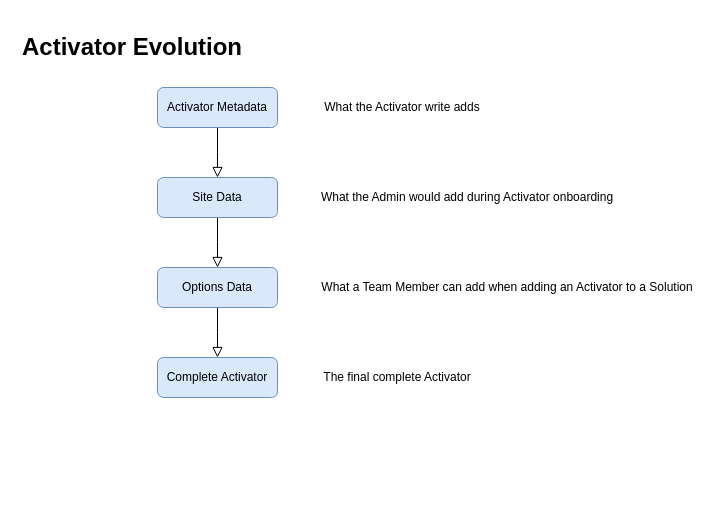
Before: docs/activator evolution.drawio in tranquilitybase-io/tb-db, a draw.io diagram. Source tidied: cells renumbered, new cells numbered last; positions are measured from the earlier drawing's top-left corner, leaving out a move shared by most shapes. Both pictures are drawn from the tidied source at 100%, with x=0, y=0 at pixel (17, 27).
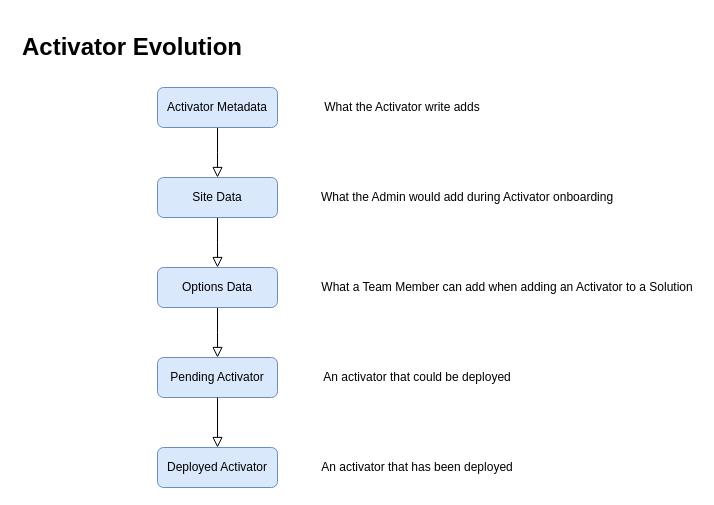
Above is the later version.

The edit, as a diff of the source:
```diff
@@
 <mxGraphModel>
   <root>
     <mxCell id="0" />
     <mxCell id="1" parent="0" />
     <mxCell id="2" style="rounded=0;html=1;jettySize=auto;fontSize=11;endArrow=block;endFill=0;endSize=8;strokeWidth=1;shadow=0;labelBackgroundColor=none;edgeStyle=orthogonalEdgeStyle;" parent="1" edge="1" source="3">
       <mxGeometry relative="1" as="geometry">
         <mxPoint x="200" y="150" as="targetPoint" />
       </mxGeometry>
     </mxCell>
     <mxCell id="3" value="Activator Metadata" style="rounded=1;whiteSpace=wrap;html=1;fontSize=12;glass=0;strokeWidth=1;shadow=0;fillColor=#dae8fc;strokeColor=#6c8ebf;" parent="1" vertex="1">
       <mxGeometry x="140" y="60" width="120" height="40" as="geometry" />
     </mxCell>
     <mxCell id="4" style="rounded=0;html=1;jettySize=auto;fontSize=11;endArrow=block;endFill=0;endSize=8;strokeWidth=1;shadow=0;labelBackgroundColor=none;edgeStyle=orthogonalEdgeStyle;" parent="1" edge="1" source="5">
       <mxGeometry relative="1" as="geometry">
         <mxPoint x="200" y="240" as="targetPoint" />
       </mxGeometry>
     </mxCell>
     <mxCell id="5" value="Site Data" style="rounded=1;whiteSpace=wrap;html=1;fontSize=12;glass=0;strokeWidth=1;shadow=0;fillColor=#dae8fc;strokeColor=#6c8ebf;" parent="1" vertex="1">
       <mxGeometry x="140" y="150" width="120" height="40" as="geometry" />
     </mxCell>
     <mxCell id="6" style="rounded=0;html=1;jettySize=auto;fontSize=11;endArrow=block;endFill=0;endSize=8;strokeWidth=1;shadow=0;labelBackgroundColor=none;edgeStyle=orthogonalEdgeStyle;" parent="1" edge="1" source="7">
       <mxGeometry relative="1" as="geometry">
         <mxPoint x="200" y="330" as="targetPoint" />
       </mxGeometry>
     </mxCell>
     <mxCell id="7" value="Options Data" style="rounded=1;whiteSpace=wrap;html=1;fontSize=12;glass=0;strokeWidth=1;shadow=0;fillColor=#dae8fc;strokeColor=#6c8ebf;" parent="1" vertex="1">
       <mxGeometry x="140" y="240" width="120" height="40" as="geometry" />
     </mxCell>
-    <mxCell id="8" value="Complete Activator" style="rounded=1;whiteSpace=wrap;html=1;fontSize=12;glass=0;strokeWidth=1;shadow=0;fillColor=#dae8fc;strokeColor=#6c8ebf;" parent="1" vertex="1">
+    <mxCell id="8" value="Pending Activator" style="rounded=1;whiteSpace=wrap;html=1;fontSize=12;glass=0;strokeWidth=1;shadow=0;fillColor=#dae8fc;strokeColor=#6c8ebf;" parent="1" vertex="1">
       <mxGeometry x="140" y="330" width="120" height="40" as="geometry" />
     </mxCell>
     <mxCell id="9" value="&lt;h1&gt;Activator Evolution&lt;/h1&gt;" style="text;html=1;strokeColor=none;fillColor=none;spacing=5;spacingTop=-20;whiteSpace=wrap;overflow=hidden;rounded=0;" parent="1" vertex="1">
       <mxGeometry width="240" height="40" as="geometry" />
     </mxCell>
     <mxCell id="10" value="What the Activator write adds" style="text;html=1;strokeColor=none;fillColor=none;align=center;verticalAlign=middle;whiteSpace=wrap;rounded=0;" parent="1" vertex="1">
       <mxGeometry x="250" y="70" width="270" height="20" as="geometry" />
     </mxCell>
     <mxCell id="11" value="What the Admin would add during Activator onboarding" style="text;html=1;strokeColor=none;fillColor=none;align=center;verticalAlign=middle;whiteSpace=wrap;rounded=0;" parent="1" vertex="1">
       <mxGeometry x="260" y="160" width="380" height="20" as="geometry" />
     </mxCell>
     <mxCell id="12" value="What a Team Member can add when adding an Activator to a Solution" style="text;html=1;strokeColor=none;fillColor=none;align=center;verticalAlign=middle;whiteSpace=wrap;rounded=0;" parent="1" vertex="1">
       <mxGeometry x="300" y="250" width="380" height="20" as="geometry" />
     </mxCell>
-    <mxCell id="13" value="The final complete Activator" style="text;html=1;strokeColor=none;fillColor=none;align=center;verticalAlign=middle;whiteSpace=wrap;rounded=0;" parent="1" vertex="1">
-      <mxGeometry x="280" y="340" width="200" height="20" as="geometry" />
+    <mxCell id="13" value="An activator that could be deployed" style="text;html=1;strokeColor=none;fillColor=none;align=center;verticalAlign=middle;whiteSpace=wrap;rounded=0;" parent="1" vertex="1">
+      <mxGeometry x="240" y="340" width="320" height="20" as="geometry" />
     </mxCell>
+    <mxCell id="14" style="rounded=0;html=1;jettySize=auto;orthogonalLoop=1;fontSize=11;endArrow=block;endFill=0;endSize=8;strokeWidth=1;shadow=0;labelBackgroundColor=none;edgeStyle=orthogonalEdgeStyle;" parent="1" edge="1">
+      <mxGeometry relative="1" as="geometry">
+        <mxPoint x="200" y="370" as="sourcePoint" />
+        <mxPoint x="200" y="420" as="targetPoint" />
+      </mxGeometry>
+    </mxCell>
+    <mxCell id="15" value="Deployed Activator" style="rounded=1;whiteSpace=wrap;html=1;fontSize=12;glass=0;strokeWidth=1;shadow=0;fillColor=#dae8fc;strokeColor=#6c8ebf;" parent="1" vertex="1">
+      <mxGeometry x="140" y="420" width="120" height="40" as="geometry" />
+    </mxCell>
+    <mxCell id="16" value="An activator that has been deployed" style="text;html=1;strokeColor=none;fillColor=none;align=center;verticalAlign=middle;whiteSpace=wrap;rounded=0;" parent="1" vertex="1">
+      <mxGeometry x="240" y="430" width="320" height="20" as="geometry" />
+    </mxCell>
   </root>
 </mxGraphModel>
```
